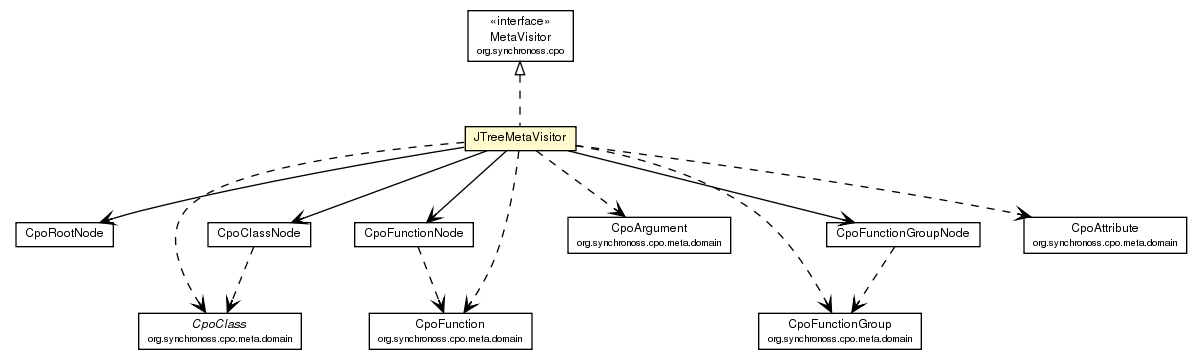
The Graphviz diagram site/apidocs/org/synchronoss/cpo/util/JTreeMetaVisitor.png in synchronoss/cpo-util, before a commit. Its source is kept beside it as site/apidocs/org/synchronoss/cpo/util/JTreeMetaVisitor.dot.
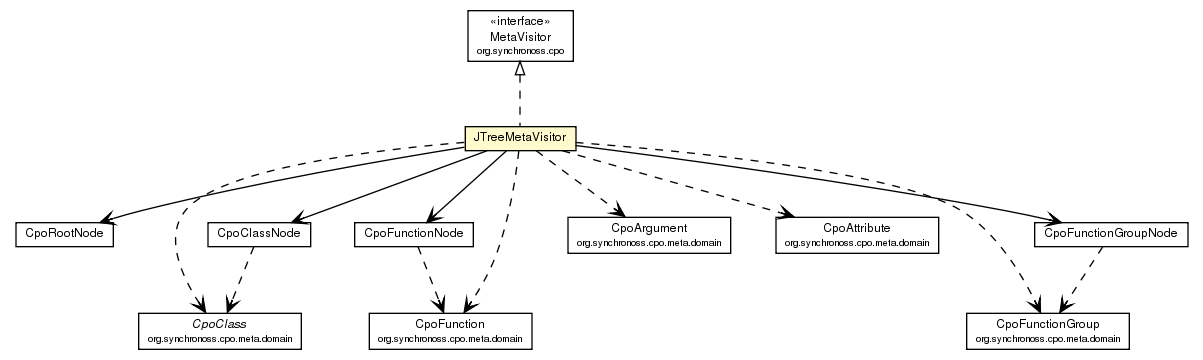
The same diagram one commit later.

The edit, as a diff of the source:
```diff
@@ -35,11 +35,11 @@
 	c1707:p -> c1765:p [taillabel="", label="", headlabel="", fontname="Helvetica", fontcolor="black", fontsize=10.0, color="black", arrowhead=open, style=dashed];
 	c1707:p -> c1766:p [taillabel="", label="", headlabel="", fontname="Helvetica", fontcolor="black", fontsize=10.0, color="black", arrowhead=open, style=dashed];
 	c1707:p -> c1767:p [taillabel="", label="", headlabel="", fontname="Helvetica", fontcolor="black", fontsize=10.0, color="black", arrowhead=open, style=dashed];
-	c1707:p -> c1769:p [taillabel="", label="", headlabel="", fontname="Helvetica", fontcolor="black", fontsize=10.0, color="black", arrowhead=open, style=dashed];
+	c1707:p -> c1768:p [taillabel="", label="", headlabel="", fontname="Helvetica", fontcolor="black", fontsize=10.0, color="black", arrowhead=open, style=dashed];
 	c1707:p -> c1770:p [taillabel="", label="", headlabel="", fontname="Helvetica", fontcolor="black", fontsize=10.0, color="black", arrowhead=open, style=dashed];
-	c1721:p -> c1767:p [taillabel="", label="", headlabel="", fontname="Helvetica", fontcolor="black", fontsize=10.0, color="black", arrowhead=open, style=dashed];
+	c1721:p -> c1768:p [taillabel="", label="", headlabel="", fontname="Helvetica", fontcolor="black", fontsize=10.0, color="black", arrowhead=open, style=dashed];
 	c1723:p -> c1765:p [taillabel="", label="", headlabel="", fontname="Helvetica", fontcolor="black", fontsize=10.0, color="black", arrowhead=open, style=dashed];
-	c1728:p -> c1769:p [taillabel="", label="", headlabel="", fontname="Helvetica", fontcolor="black", fontsize=10.0, color="black", arrowhead=open, style=dashed];
+	c1728:p -> c1770:p [taillabel="", label="", headlabel="", fontname="Helvetica", fontcolor="black", fontsize=10.0, color="black", arrowhead=open, style=dashed];
 	c1765 [label=<<table border="0" cellborder="1" cellspacing="0" cellpadding="2" port="p" href="http://java.sun.com/j2se/1.4.2/docs/api/org/synchronoss/cpo/meta/domain/CpoClass.html">
 		<tr><td><table border="0" cellspacing="0" cellpadding="1">
 			<tr><td><font face="Helvetica-Oblique"> CpoClass </font></td></tr>
@@ -52,19 +52,19 @@
 			<tr><td><font point-size="7.0"> org.synchronoss.cpo.meta.domain </font></td></tr>
 		</table></td></tr>
 		</table>>, fontname="Helvetica", fontcolor="black", fontsize=9.0];
-	c1770 [label=<<table border="0" cellborder="1" cellspacing="0" cellpadding="2" port="p" href="http://java.sun.com/j2se/1.4.2/docs/api/org/synchronoss/cpo/meta/domain/CpoAttribute.html">
+	c1767 [label=<<table border="0" cellborder="1" cellspacing="0" cellpadding="2" port="p" href="http://java.sun.com/j2se/1.4.2/docs/api/org/synchronoss/cpo/meta/domain/CpoAttribute.html">
 		<tr><td><table border="0" cellspacing="0" cellpadding="1">
 			<tr><td> CpoAttribute </td></tr>
 			<tr><td><font point-size="7.0"> org.synchronoss.cpo.meta.domain </font></td></tr>
 		</table></td></tr>
 		</table>>, fontname="Helvetica", fontcolor="black", fontsize=9.0];
-	c1767 [label=<<table border="0" cellborder="1" cellspacing="0" cellpadding="2" port="p" href="http://java.sun.com/j2se/1.4.2/docs/api/org/synchronoss/cpo/meta/domain/CpoFunction.html">
+	c1768 [label=<<table border="0" cellborder="1" cellspacing="0" cellpadding="2" port="p" href="http://java.sun.com/j2se/1.4.2/docs/api/org/synchronoss/cpo/meta/domain/CpoFunction.html">
 		<tr><td><table border="0" cellspacing="0" cellpadding="1">
 			<tr><td> CpoFunction </td></tr>
 			<tr><td><font point-size="7.0"> org.synchronoss.cpo.meta.domain </font></td></tr>
 		</table></td></tr>
 		</table>>, fontname="Helvetica", fontcolor="black", fontsize=9.0];
-	c1769 [label=<<table border="0" cellborder="1" cellspacing="0" cellpadding="2" port="p" href="http://java.sun.com/j2se/1.4.2/docs/api/org/synchronoss/cpo/meta/domain/CpoFunctionGroup.html">
+	c1770 [label=<<table border="0" cellborder="1" cellspacing="0" cellpadding="2" port="p" href="http://java.sun.com/j2se/1.4.2/docs/api/org/synchronoss/cpo/meta/domain/CpoFunctionGroup.html">
 		<tr><td><table border="0" cellspacing="0" cellpadding="1">
 			<tr><td> CpoFunctionGroup </td></tr>
 			<tr><td><font point-size="7.0"> org.synchronoss.cpo.meta.domain </font></td></tr>
```
